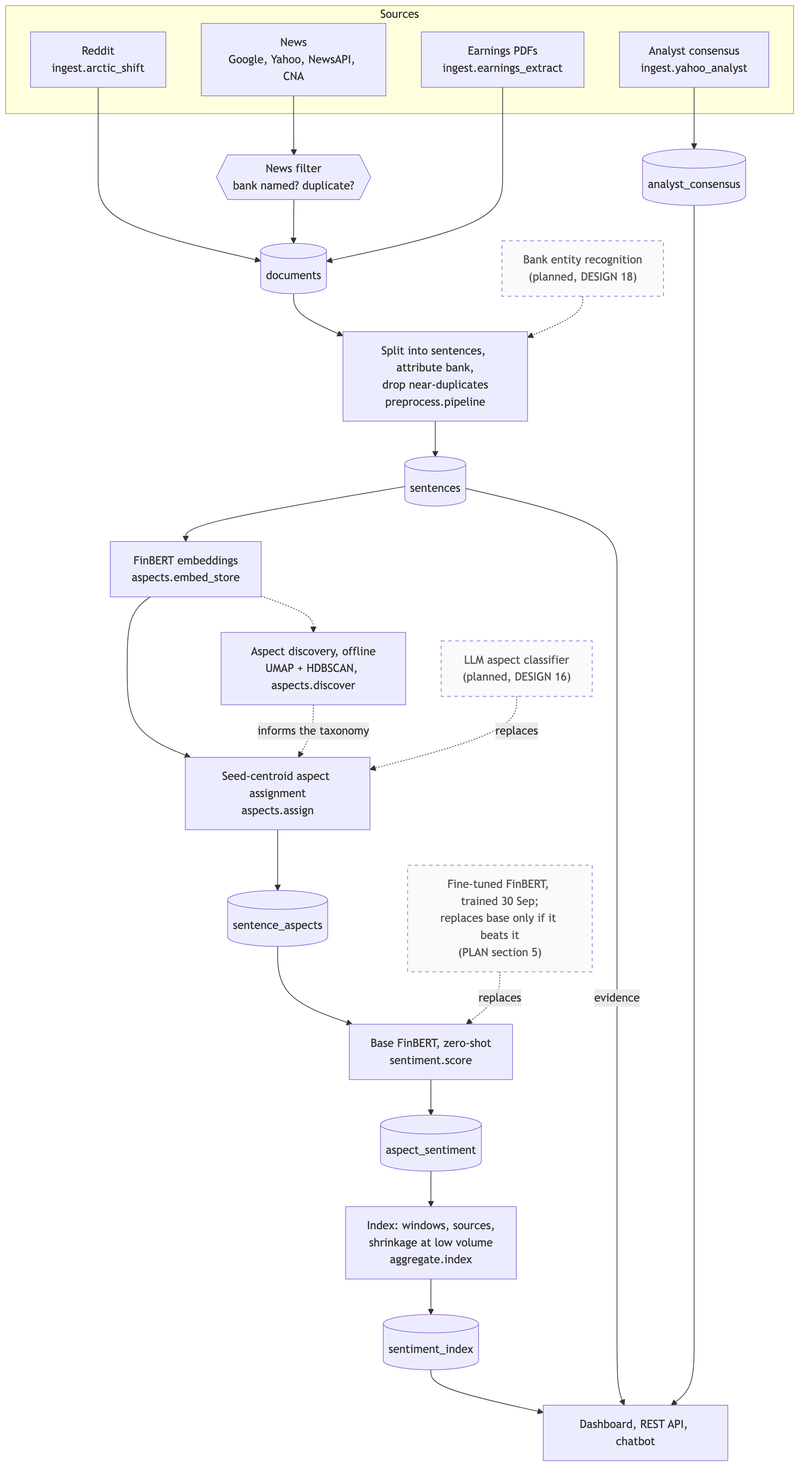
This is docs/diagrams/img/04-pipeline.png from Gavingyh/plp-project, a Mermaid export, as it was before one commit. Its source is kept beside it as docs/diagrams/src/04-pipeline.mmd.
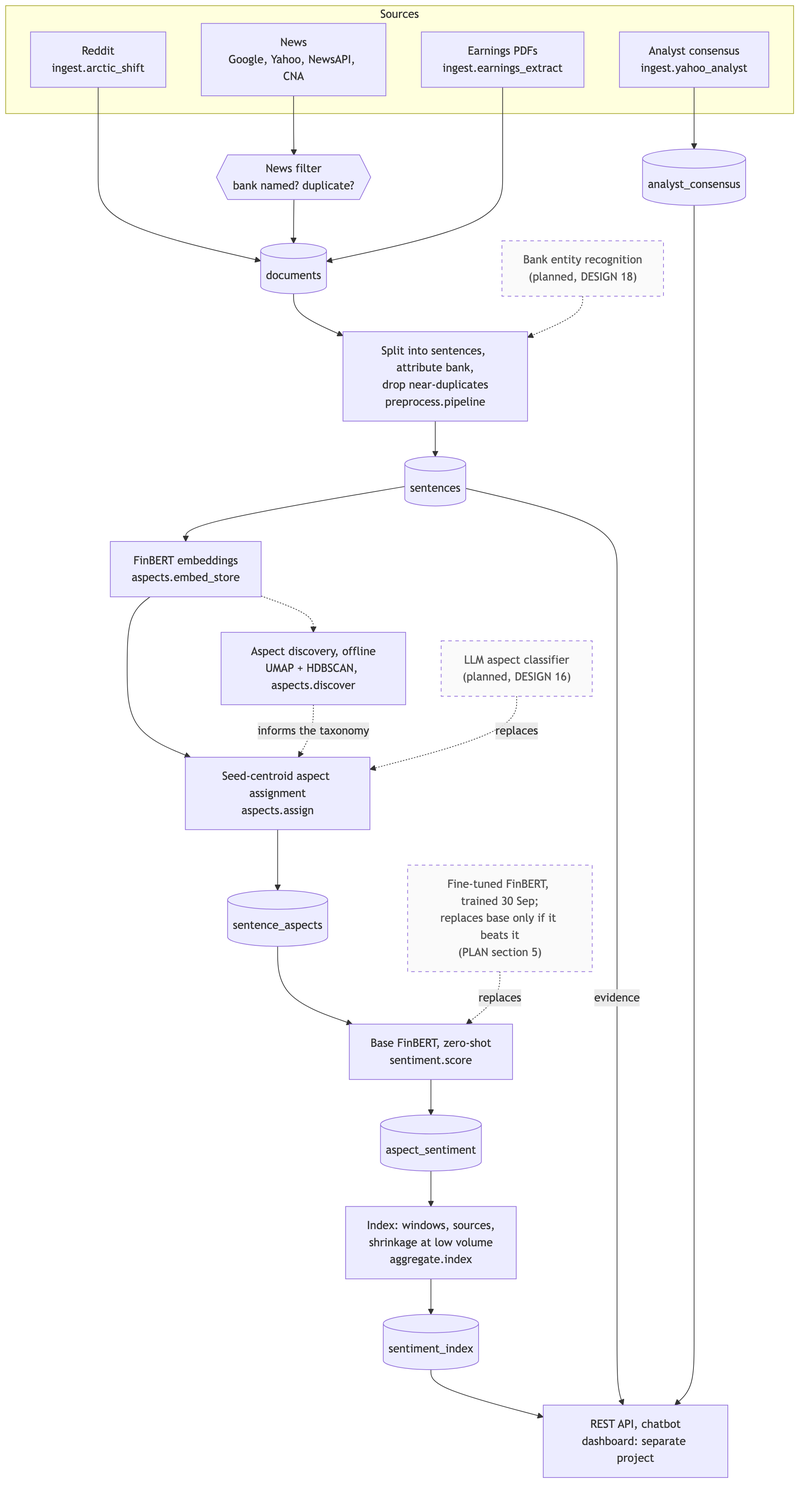
The same file after the commit.

What changed in the source:
```diff
@@ -1,6 +1,6 @@
 flowchart TB
   accTitle: Processing pipeline
-  accDescr: Sources are ingested into documents, split into sentences, embedded, tagged with aspects, scored and aggregated into an index that the dashboard, API and chatbot read. Planned replacements are dashed.
+  accDescr: Sources are ingested into documents, split into sentences, embedded, tagged with aspects, scored and aggregated into an index that the API and chatbot serve, and a separate dashboard reads through the API. Planned replacements are dashed.
 
   subgraph src["Sources"]
     reddit["Reddit<br/>ingest.arctic_shift"]
@@ -25,7 +25,7 @@
   as[("aspect_sentiment")]
   agg["Index: windows, sources,<br/>shrinkage at low volume<br/>aggregate.index"]
   idx[("sentiment_index")]
-  ui["Dashboard, REST API, chatbot"]
+  ui["REST API, chatbot<br/>dashboard: separate project"]
 
   reddit --> docs
   news --> filt --> docs
```
